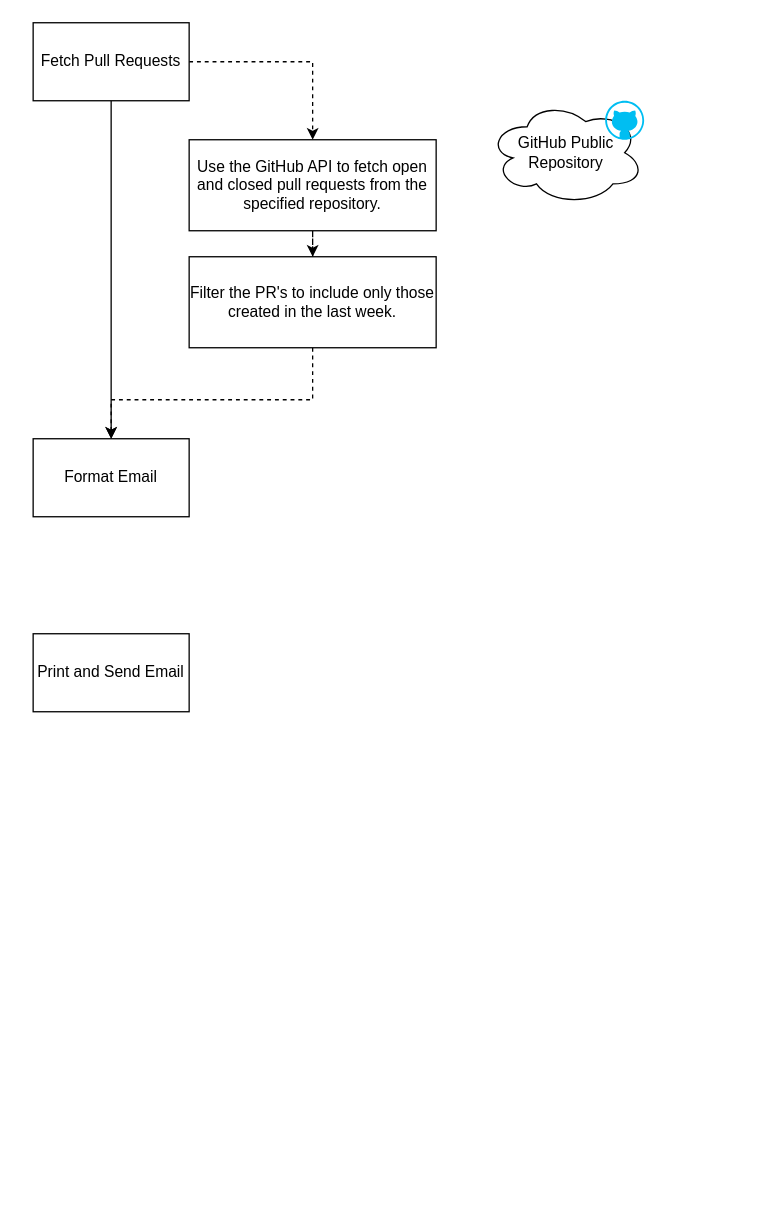
Above: repository-emailer-strategy.drawio in MiguelABFlores/Repository-emailer (draw.io), before the change. Source tidied: cells renumbered, new cells numbered last; positions are measured from the earlier drawing's top-left corner, leaving out a move shared by most shapes. Both pictures are drawn from the tidied source at 130%, with x=0, y=0 at pixel (32, 22).
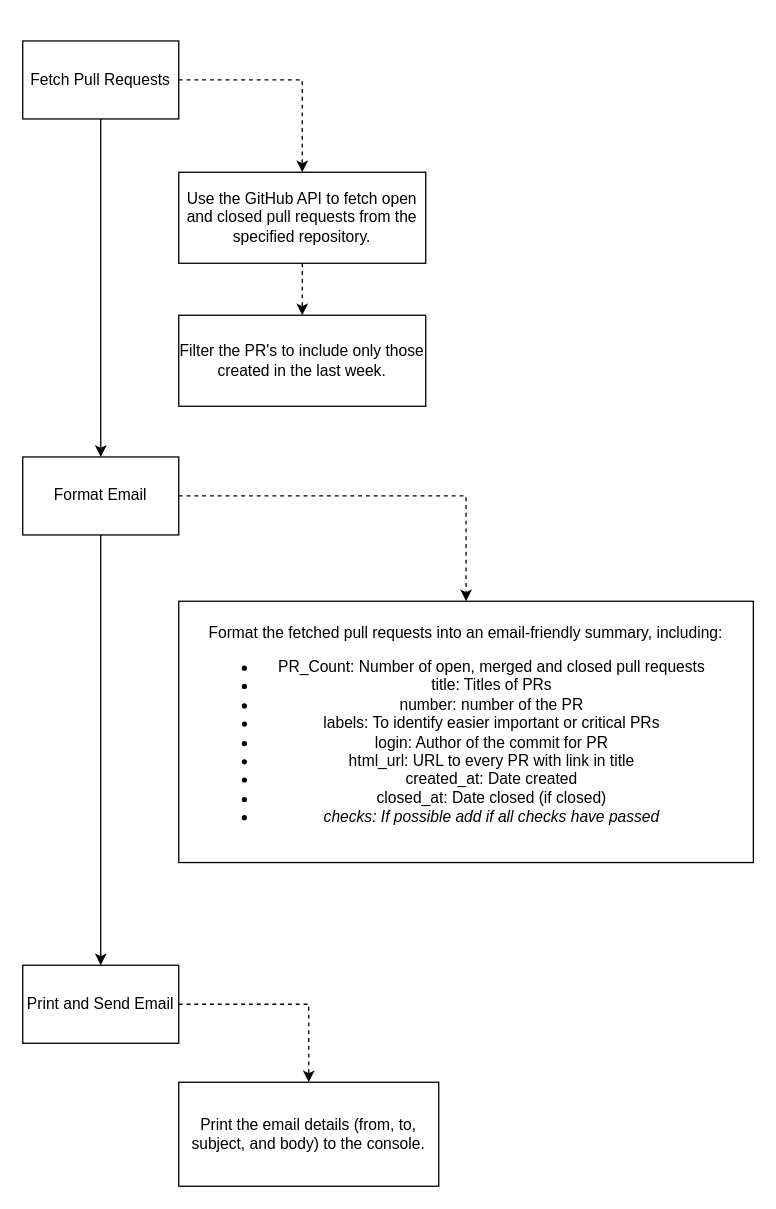
The same diagram, later.

Commit message:
update: completed strategy for the project

Change to the diagram source:
```diff
@@
 <mxGraphModel>
   <root>
     <mxCell id="0" />
     <mxCell id="1" parent="0" />
-    <mxCell id="2" style="group;" parent="1" vertex="1">
-      <mxGeometry x="350" y="60" width="120" height="80" as="geometry" />
-    </mxCell>
-    <mxCell id="3" value="GitHub Public Repository" style="ellipse;shape=cloud;whiteSpace=wrap;html=1;" parent="2" vertex="1">
-      <mxGeometry width="120" height="80" as="geometry" />
-    </mxCell>
-    <mxCell id="4" style="verticalLabelPosition=bottom;html=1;verticalAlign=top;align=center;strokeColor=none;fillColor=#00BEF2;shape=mxgraph.azure.github_code;" parent="2" vertex="1">
-      <mxGeometry x="90" width="30" height="30" as="geometry" />
-    </mxCell>
     <mxCell id="5" style="edgeStyle=orthogonalEdgeStyle;rounded=0;jettySize=auto;html=1;entryX=0.5;entryY=0;entryDx=0;entryDy=0;" parent="1" edge="1" source="7" target="8">
       <mxGeometry relative="1" as="geometry" />
     </mxCell>
     <mxCell id="6" style="edgeStyle=orthogonalEdgeStyle;rounded=0;jettySize=auto;html=1;entryX=0.5;entryY=0;entryDx=0;entryDy=0;exitX=1;exitY=0.5;exitDx=0;exitDy=0;dashed=1;" parent="1" edge="1" source="7" target="11">
       <mxGeometry relative="1" as="geometry" />
     </mxCell>
     <mxCell id="7" value="Fetch Pull Requests" style="rounded=0;whiteSpace=wrap;html=1;" parent="1" vertex="1">
-      <mxGeometry width="120" height="60" as="geometry" />
+      <mxGeometry x="-8" y="14" width="120" height="60" as="geometry" />
     </mxCell>
+    <mxCell id="14" style="edgeStyle=orthogonalEdgeStyle;rounded=0;jettySize=auto;html=1;entryX=0.5;entryY=0;entryDx=0;entryDy=0;" parent="1" edge="1" source="8" target="9">
+      <mxGeometry relative="1" as="geometry" />
+    </mxCell>
+    <mxCell id="15" style="edgeStyle=orthogonalEdgeStyle;rounded=0;jettySize=auto;html=1;entryX=0.5;entryY=0;entryDx=0;entryDy=0;exitX=1;exitY=0.5;exitDx=0;exitDy=0;dashed=1;" parent="1" edge="1" source="8" target="17">
+      <mxGeometry relative="1" as="geometry" />
+    </mxCell>
     <mxCell id="8" value="Format Email" style="rounded=0;whiteSpace=wrap;html=1;" parent="1" vertex="1">
-      <mxGeometry y="320" width="120" height="60" as="geometry" />
+      <mxGeometry x="-8" y="334" width="120" height="60" as="geometry" />
     </mxCell>
+    <mxCell id="16" style="edgeStyle=orthogonalEdgeStyle;rounded=0;jettySize=auto;html=1;entryX=0.5;entryY=0;entryDx=0;entryDy=0;exitX=1;exitY=0.5;exitDx=0;exitDy=0;dashed=1;" parent="1" edge="1" source="9" target="18">
+      <mxGeometry relative="1" as="geometry" />
+    </mxCell>
     <mxCell id="9" value="Print and Send Email" style="rounded=0;whiteSpace=wrap;html=1;" parent="1" vertex="1">
-      <mxGeometry y="470" width="120" height="60" as="geometry" />
+      <mxGeometry x="-8" y="725" width="120" height="60" as="geometry" />
     </mxCell>
     <mxCell id="10" style="edgeStyle=orthogonalEdgeStyle;rounded=0;jettySize=auto;html=1;dashed=1;" parent="1" edge="1" source="11" target="13">
       <mxGeometry relative="1" as="geometry" />
     </mxCell>
     <mxCell id="11" value="Use the GitHub API to fetch open and closed pull requests from the specified repository." style="rounded=0;whiteSpace=wrap;html=1;verticalAlign=middle;" parent="1" vertex="1">
-      <mxGeometry x="120" y="90" width="190" height="70" as="geometry" />
+      <mxGeometry x="112" y="115" width="190" height="70" as="geometry" />
     </mxCell>
-    <mxCell id="12" style="edgeStyle=orthogonalEdgeStyle;rounded=0;jettySize=auto;html=1;entryX=0.5;entryY=0;entryDx=0;entryDy=0;dashed=1;" parent="1" edge="1" source="13" target="8">
-      <mxGeometry relative="1" as="geometry">
-        <Array as="points">
-          <mxPoint x="215" y="290" />
-          <mxPoint x="60" y="290" />
-        </Array>
-      </mxGeometry>
-    </mxCell>
     <mxCell id="13" value="Filter the PR's to include only those created in the last week." style="rounded=0;whiteSpace=wrap;html=1;verticalAlign=middle;" parent="1" vertex="1">
-      <mxGeometry x="120" y="180" width="190" height="70" as="geometry" />
+      <mxGeometry x="112" y="225" width="190" height="70" as="geometry" />
     </mxCell>
+    <mxCell id="17" value="Format the fetched pull requests into an email-friendly summary, including:&lt;div&gt;&lt;ul&gt;&lt;li&gt;&lt;span style=&quot;background-color: initial;&quot;&gt;PR_Count: Number of open, merged and closed pull requests&lt;/span&gt;&lt;/li&gt;&lt;li&gt;&lt;span style=&quot;background-color: initial;&quot;&gt;title: Titles of PRs&lt;/span&gt;&lt;/li&gt;&lt;li&gt;&lt;span style=&quot;background-color: initial;&quot;&gt;number: number of the PR&lt;/span&gt;&lt;/li&gt;&lt;li&gt;labels: To identify easier important or critical PRs&lt;/li&gt;&lt;li&gt;&lt;span style=&quot;background-color: initial;&quot;&gt;login: Author of the commit for PR&lt;/span&gt;&lt;/li&gt;&lt;li&gt;&lt;span style=&quot;background-color: initial;&quot;&gt;html_url: URL to every PR with link in title&lt;/span&gt;&lt;/li&gt;&lt;li&gt;&lt;span style=&quot;background-color: initial;&quot;&gt;created_at: Date created&lt;/span&gt;&lt;/li&gt;&lt;li&gt;&lt;span style=&quot;background-color: initial;&quot;&gt;closed_at: Date closed (if closed)&lt;/span&gt;&lt;/li&gt;&lt;li&gt;&lt;span style=&quot;background-color: initial;&quot;&gt;&lt;i&gt;checks: If possible add if all checks have passed&lt;/i&gt;&lt;/span&gt;&lt;/li&gt;&lt;/ul&gt;&lt;/div&gt;" style="rounded=0;whiteSpace=wrap;html=1;verticalAlign=middle;" parent="1" vertex="1">
+      <mxGeometry x="112" y="445" width="442" height="201" as="geometry" />
+    </mxCell>
+    <mxCell id="18" value="Print the email details (from, to, subject, and body) to the console." style="rounded=0;whiteSpace=wrap;html=1;verticalAlign=middle;" parent="1" vertex="1">
+      <mxGeometry x="112" y="815" width="200" height="80" as="geometry" />
+    </mxCell>
   </root>
 </mxGraphModel>
```
